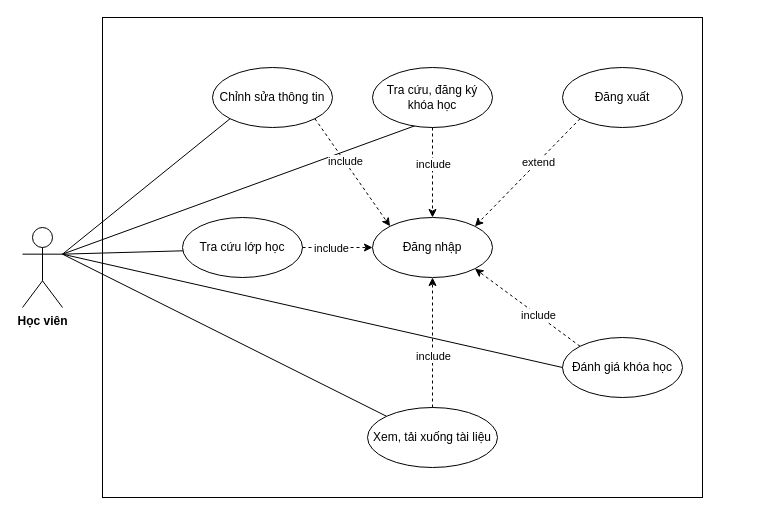
Earlier version of the draw.io diagram page "Usecase học viên" (3 of 4) of usecase.drawio (dctuyen/myFinalYearProject). Source tidied: cells renumbered, new cells numbered last; positions are measured from the earlier drawing's top-left corner, leaving out a move shared by most shapes. Both pictures are drawn from the tidied source at 100%, with x=0, y=0 at pixel (22, 17).
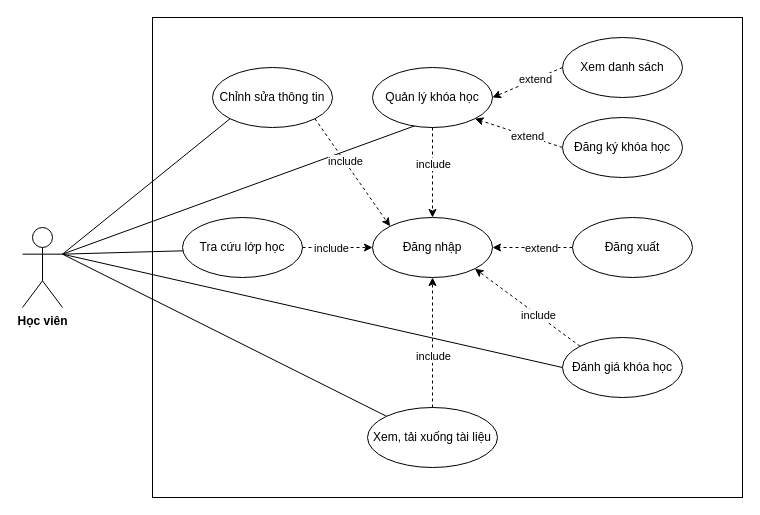
The same diagram, later.

The change refers to these unchanged cells:
```xml
<mxCell id="3" value="Đăng nhập" style="ellipse;whiteSpace=wrap;html=1;verticalAlign=middle;" parent="1" vertex="1">
  <mxGeometry x="350" y="200" width="120" height="60" as="geometry" />
</mxCell>
```

The edit, as a diff of the source:
```diff
@@
     <mxCell id="2" style="rounded=0;whiteSpace=wrap;html=1;" parent="1" vertex="1">
-      <mxGeometry x="80" width="600" height="480" as="geometry" />
+      <mxGeometry x="130" width="590" height="480" as="geometry" />
     </mxCell>
@@
-    <mxCell id="12" value="Tra cứu, đăng ký khóa học" style="ellipse;whiteSpace=wrap;html=1;verticalAlign=middle;" parent="1" vertex="1">
+    <mxCell id="12" value="Quản lý khóa học" style="ellipse;whiteSpace=wrap;html=1;verticalAlign=middle;" parent="1" vertex="1">
       <mxGeometry x="350" y="50" width="120" height="60" as="geometry" />
     </mxCell>
@@
-    <mxCell id="25" style="rounded=0;jettySize=auto;html=1;exitX=0;exitY=1;exitDx=0;exitDy=0;entryX=1;entryY=0;entryDx=0;entryDy=0;dashed=1;" parent="1" edge="1" source="27" target="3">
-      <mxGeometry relative="1" as="geometry" />
+    <mxCell id="25" style="rounded=0;jettySize=auto;html=1;exitX=0;exitY=0.5;exitDx=0;exitDy=0;entryX=1;entryY=0.5;entryDx=0;entryDy=0;dashed=1;" parent="1" edge="1" source="27" target="3">
+      <mxGeometry relative="1" as="geometry">
+        <Array as="points">
+          <mxPoint x="490" y="230" />
+        </Array>
+      </mxGeometry>
     </mxCell>
@@
     <mxCell id="27" value="Đăng xuất" style="ellipse;whiteSpace=wrap;html=1;verticalAlign=middle;" parent="1" vertex="1">
-      <mxGeometry x="540" y="50" width="120" height="60" as="geometry" />
+      <mxGeometry x="550" y="200" width="120" height="60" as="geometry" />
     </mxCell>
+    <mxCell id="28" style="rounded=0;jettySize=auto;html=1;exitX=0;exitY=0.5;exitDx=0;exitDy=0;entryX=1;entryY=0.5;entryDx=0;entryDy=0;dashed=1;" parent="1" edge="1" source="30" target="12">
+      <mxGeometry relative="1" as="geometry" />
+    </mxCell>
+    <mxCell id="29" value="extend" style="edgeLabel;html=1;align=center;verticalAlign=middle;" parent="28" vertex="1">
+      <mxGeometry x="-0.2" relative="1" as="geometry" />
+    </mxCell>
+    <mxCell id="30" value="Xem danh sách" style="ellipse;whiteSpace=wrap;html=1;verticalAlign=middle;" parent="1" vertex="1">
+      <mxGeometry x="540" y="20" width="120" height="60" as="geometry" />
+    </mxCell>
+    <mxCell id="31" style="rounded=0;jettySize=auto;html=1;exitX=0;exitY=0.5;exitDx=0;exitDy=0;entryX=1;entryY=1;entryDx=0;entryDy=0;dashed=1;" parent="1" edge="1" source="33" target="12">
+      <mxGeometry relative="1" as="geometry" />
+    </mxCell>
+    <mxCell id="32" value="extend" style="edgeLabel;html=1;align=center;verticalAlign=middle;" parent="31" vertex="1">
+      <mxGeometry x="-0.2" relative="1" as="geometry" />
+    </mxCell>
+    <mxCell id="33" value="Đăng ký khóa học" style="ellipse;whiteSpace=wrap;html=1;verticalAlign=middle;" parent="1" vertex="1">
+      <mxGeometry x="540" y="100" width="120" height="60" as="geometry" />
+    </mxCell>
```
